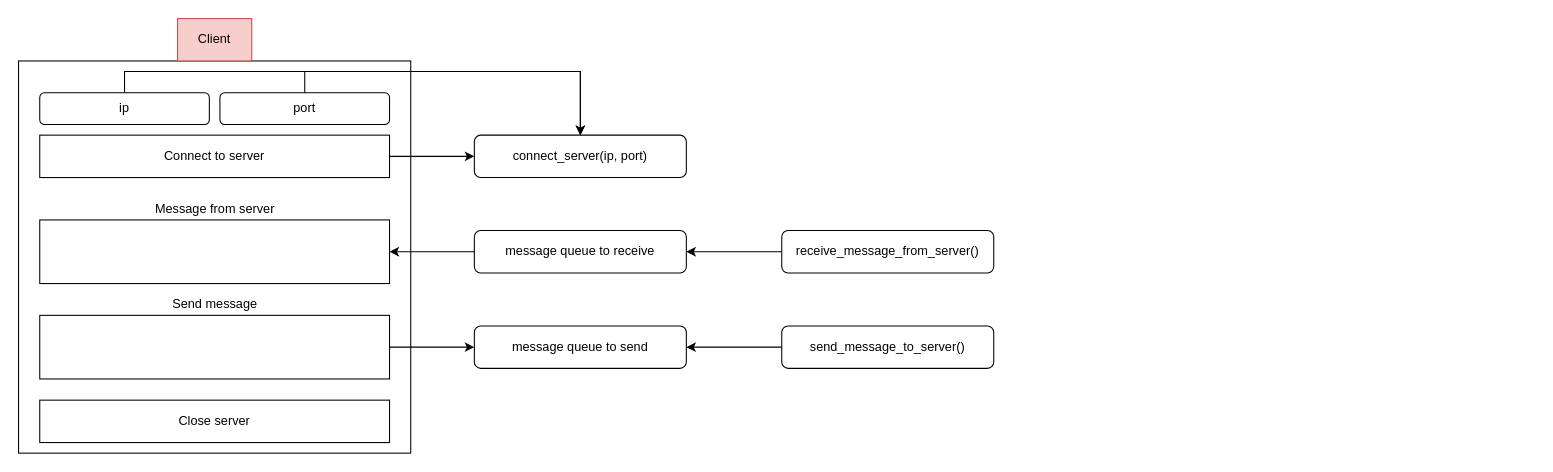
This is Chatting Bot Gui/diagrams/gui_client.drawio from seonwoo960000/skill_stack, a draw.io file, before an edit. Source tidied: cells renumbered, new cells numbered last; positions are measured from the earlier drawing's top-left corner, leaving out a move shared by most shapes. Both pictures are drawn from the tidied source at 106%, with x=0, y=0 at pixel (18, 18).
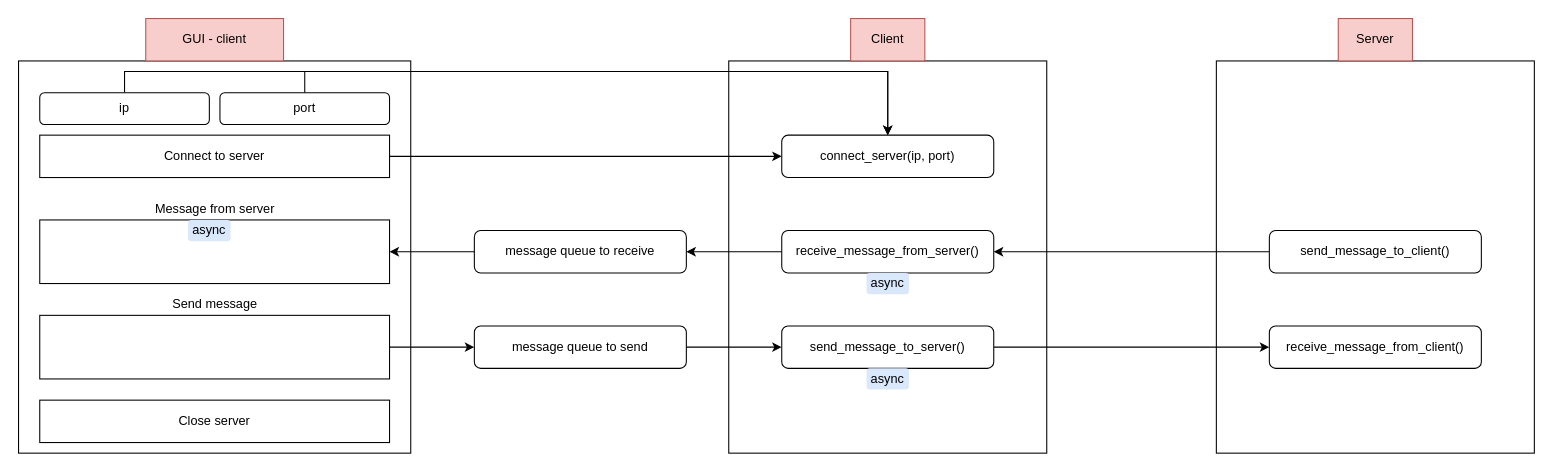
The same diagram, later.

The change refers to these unchanged cells:
```xml
<mxCell id="19" value="message queue to send" style="rounded=1;whiteSpace=wrap;html=1;" parent="1" vertex="1">
  <mxGeometry x="430" y="290" width="200" height="40" as="geometry" />
</mxCell>
<mxCell id="21" value="receive_message_from_server()" style="rounded=1;whiteSpace=wrap;html=1;" parent="1" vertex="1">
  <mxGeometry x="720" y="200" width="200" height="40" as="geometry" />
</mxCell>
<mxCell id="23" value="send_message_to_server()" style="rounded=1;whiteSpace=wrap;html=1;" parent="1" vertex="1">
  <mxGeometry x="720" y="290" width="200" height="40" as="geometry" />
</mxCell>
```

What changed in the source:
```diff
@@
+    <mxCell id="24" style="rounded=0;whiteSpace=wrap;html=1;" parent="1" vertex="1">
+      <mxGeometry x="1130" y="40" width="300" height="370" as="geometry" />
+    </mxCell>
+    <mxCell id="25" style="rounded=0;whiteSpace=wrap;html=1;" parent="1" vertex="1">
+      <mxGeometry x="670" y="40" width="300" height="370" as="geometry" />
+    </mxCell>
@@
-    <mxCell id="3" value="Client" style="text;html=1;strokeColor=#b85450;fillColor=#f8cecc;align=center;verticalAlign=middle;whiteSpace=wrap;rounded=0;" parent="1" vertex="1">
-      <mxGeometry x="150" width="70" height="40" as="geometry" />
+    <mxCell id="3" value="GUI - client" style="text;html=1;strokeColor=#b85450;fillColor=#f8cecc;align=center;verticalAlign=middle;whiteSpace=wrap;rounded=0;" parent="1" vertex="1">
+      <mxGeometry x="120" width="130" height="40" as="geometry" />
     </mxCell>
@@
     <mxCell id="16" value="connect_server(ip, port)" style="rounded=1;whiteSpace=wrap;html=1;" parent="1" vertex="1">
-      <mxGeometry x="430" y="110" width="200" height="40" as="geometry" />
+      <mxGeometry x="720" y="110" width="200" height="40" as="geometry" />
     </mxCell>
@@
+    <mxCell id="26" style="edgeStyle=orthogonalEdgeStyle;rounded=0;jettySize=auto;html=1;exitX=1;exitY=0.5;exitDx=0;exitDy=0;" parent="1" edge="1" source="19" target="23">
+      <mxGeometry relative="1" as="geometry" />
+    </mxCell>
@@
-    <mxCell id="22" style="edgeStyle=orthogonalEdgeStyle;rounded=0;jettySize=auto;html=1;entryX=1;entryY=0.5;entryDx=0;entryDy=0;" parent="1" edge="1" source="23" target="19">
-      <mxGeometry relative="1" as="geometry" />
-    </mxCell>
+    <mxCell id="27" style="edgeStyle=orthogonalEdgeStyle;rounded=0;jettySize=auto;html=1;exitX=1;exitY=0.5;exitDx=0;exitDy=0;entryX=0;entryY=0.5;entryDx=0;entryDy=0;" parent="1" edge="1" source="23" target="31">
+      <mxGeometry relative="1" as="geometry" />
+    </mxCell>
@@
+    <mxCell id="28" value="Client" style="text;html=1;strokeColor=#b85450;fillColor=#f8cecc;align=center;verticalAlign=middle;whiteSpace=wrap;rounded=0;" parent="1" vertex="1">
+      <mxGeometry x="785" width="70" height="40" as="geometry" />
+    </mxCell>
+    <mxCell id="29" style="edgeStyle=orthogonalEdgeStyle;rounded=0;jettySize=auto;html=1;exitX=0;exitY=0.5;exitDx=0;exitDy=0;" parent="1" edge="1" source="30" target="21">
+      <mxGeometry relative="1" as="geometry" />
+    </mxCell>
+    <mxCell id="30" value="send_message_to_client()" style="rounded=1;whiteSpace=wrap;html=1;" parent="1" vertex="1">
+      <mxGeometry x="1180" y="200" width="200" height="40" as="geometry" />
+    </mxCell>
+    <mxCell id="31" value="receive_message_from_client()" style="rounded=1;whiteSpace=wrap;html=1;" parent="1" vertex="1">
+      <mxGeometry x="1180" y="290" width="200" height="40" as="geometry" />
+    </mxCell>
+    <mxCell id="32" value="Server" style="text;html=1;strokeColor=#b85450;fillColor=#f8cecc;align=center;verticalAlign=middle;whiteSpace=wrap;rounded=0;" parent="1" vertex="1">
+      <mxGeometry x="1245" width="70" height="40" as="geometry" />
+    </mxCell>
+    <mxCell id="33" value="async" style="rounded=1;whiteSpace=wrap;html=1;fillColor=#dae8fc;strokeColor=none;" parent="1" vertex="1">
+      <mxGeometry x="800" y="240" width="40" height="20" as="geometry" />
+    </mxCell>
+    <mxCell id="34" value="async" style="rounded=1;whiteSpace=wrap;html=1;fillColor=#dae8fc;strokeColor=none;" parent="1" vertex="1">
+      <mxGeometry x="800" y="330" width="40" height="20" as="geometry" />
+    </mxCell>
+    <mxCell id="35" value="async" style="rounded=1;whiteSpace=wrap;html=1;fillColor=#dae8fc;strokeColor=none;" parent="1" vertex="1">
+      <mxGeometry x="160" y="190" width="40" height="20" as="geometry" />
+    </mxCell>
```
